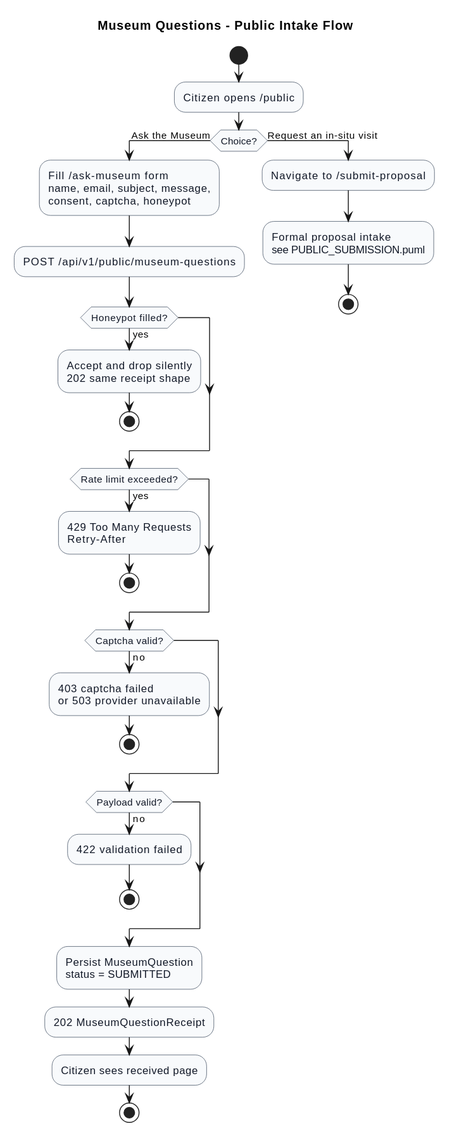
marcosduchinski/vitarerum keeps this PlantUML diagram as docs/diagrams/museum-questions-public-flow.svg. Above is the earlier version. The source it was exported from:
```plantuml
@startuml
title Museum Questions - Public Intake Flow

skinparam shadowing false
skinparam activity {
  BackgroundColor #F8FAFC
  BorderColor #334155
  FontColor #111827
}
skinparam note {
  BackgroundColor #FFFBEB
  BorderColor #B45309
}

start
:Citizen opens /public;

if (Choice?) then (Ask the Museum)
  :Fill /ask-museum form\nname, email, subject, message,\nconsent, captcha, honeypot;
  :POST /api/v1/public/museum-questions;

  if (Honeypot filled?) then (yes)
    :Accept and drop silently\n202 same receipt shape;
    stop
  endif

  if (Rate limit exceeded?) then (yes)
    :429 Too Many Requests\nRetry-After;
    stop
  endif

  if (Captcha valid?) then (no)
    :403 captcha failed\nor 503 provider unavailable;
    stop
  endif

  if (Payload valid?) then (no)
    :422 validation failed;
    stop
  endif

  :Persist MuseumQuestion\nstatus = SUBMITTED;
  :202 MuseumQuestionReceipt;
  :Citizen sees received page;
  stop
else (Request an in-situ visit)
  :Navigate to /submit-proposal;
  :Formal proposal intake\nsee PUBLIC_SUBMISSION.puml;
  stop
endif
@enduml
```
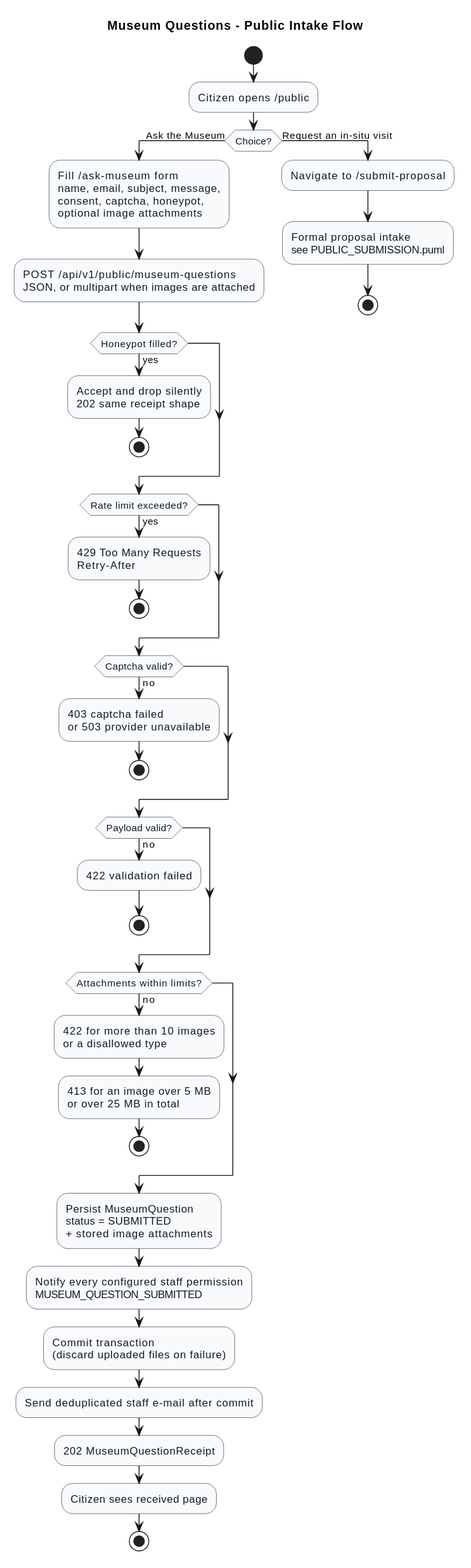
After the change.

Change to the diagram source:
```diff
@@ -16,8 +16,8 @@
 :Citizen opens /public;
 
 if (Choice?) then (Ask the Museum)
-  :Fill /ask-museum form\nname, email, subject, message,\nconsent, captcha, honeypot;
-  :POST /api/v1/public/museum-questions;
+  :Fill /ask-museum form\nname, email, subject, message,\nconsent, captcha, honeypot,\noptional image attachments;
+  :POST /api/v1/public/museum-questions\nJSON, or multipart when images are attached;
 
   if (Honeypot filled?) then (yes)
     :Accept and drop silently\n202 same receipt shape;
@@ -39,7 +39,16 @@
     stop
   endif
 
-  :Persist MuseumQuestion\nstatus = SUBMITTED;
+  if (Attachments within limits?) then (no)
+    :422 for more than 10 images\nor a disallowed type;
+    :413 for an image over 5 MB\nor over 25 MB in total;
+    stop
+  endif
+
+  :Persist MuseumQuestion\nstatus = SUBMITTED\n+ stored image attachments;
+  :Notify every configured staff permission\nMUSEUM_QUESTION_SUBMITTED;
+  :Commit transaction\n(discard uploaded files on failure);
+  :Send deduplicated staff e-mail after commit;
   :202 MuseumQuestionReceipt;
   :Citizen sees received page;
   stop
```
